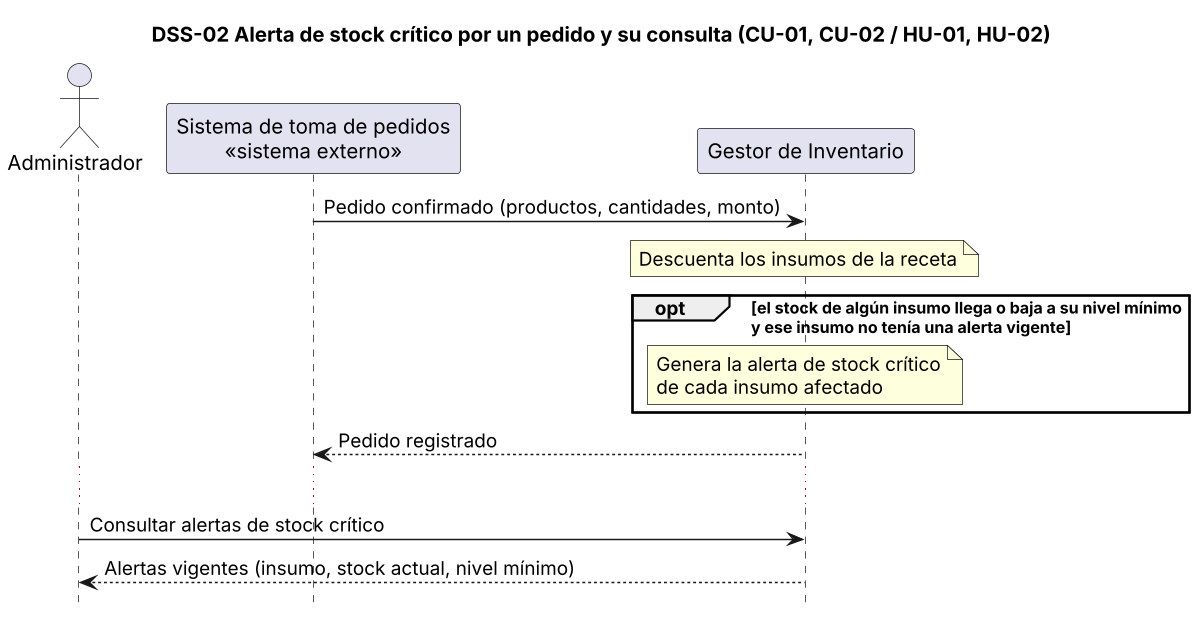
Before: diagramas/dss-02.png, a diagram exported from PlantUML (lambtto/Gestor-Inventario-Brookie).
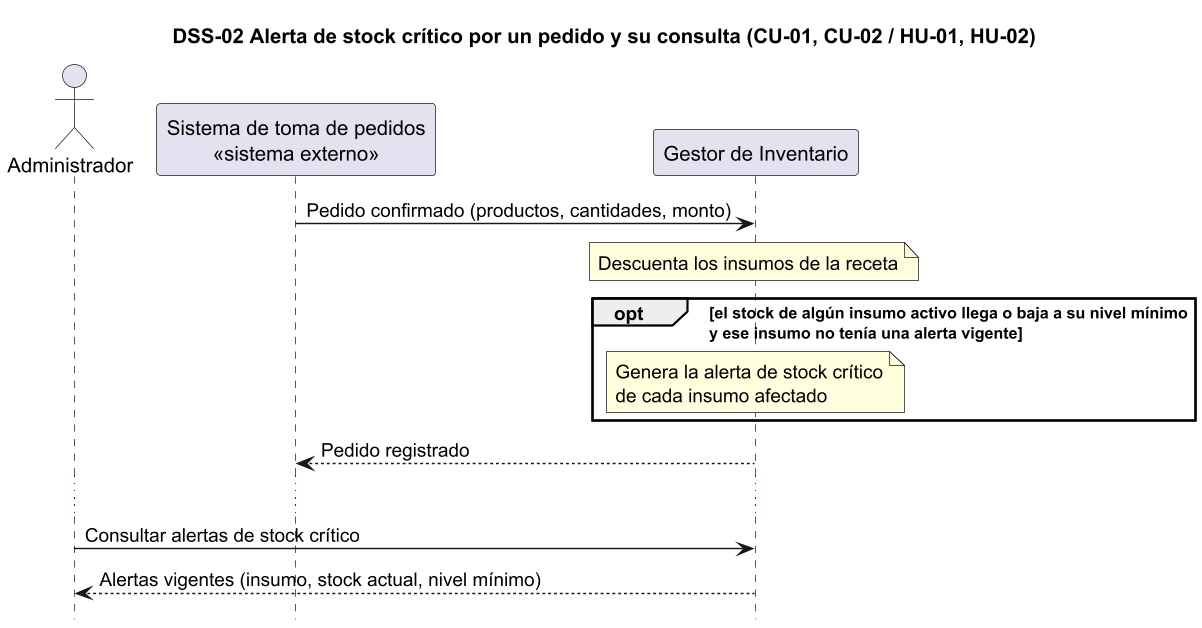
The same file after the commit.

What changed in the source:
```diff
@@ -8,7 +8,7 @@
 
 SP -> G : Pedido confirmado (productos, cantidades, monto)
 note over G : Descuenta los insumos de la receta
-opt el stock de algún insumo llega o baja a su nivel mínimo\ny ese insumo no tenía una alerta vigente
+opt el stock de algún insumo activo llega o baja a su nivel mínimo\ny ese insumo no tenía una alerta vigente
   note over G : Genera la alerta de stock crítico\nde cada insumo afectado
 end
 G --> SP : Pedido registrado
```
